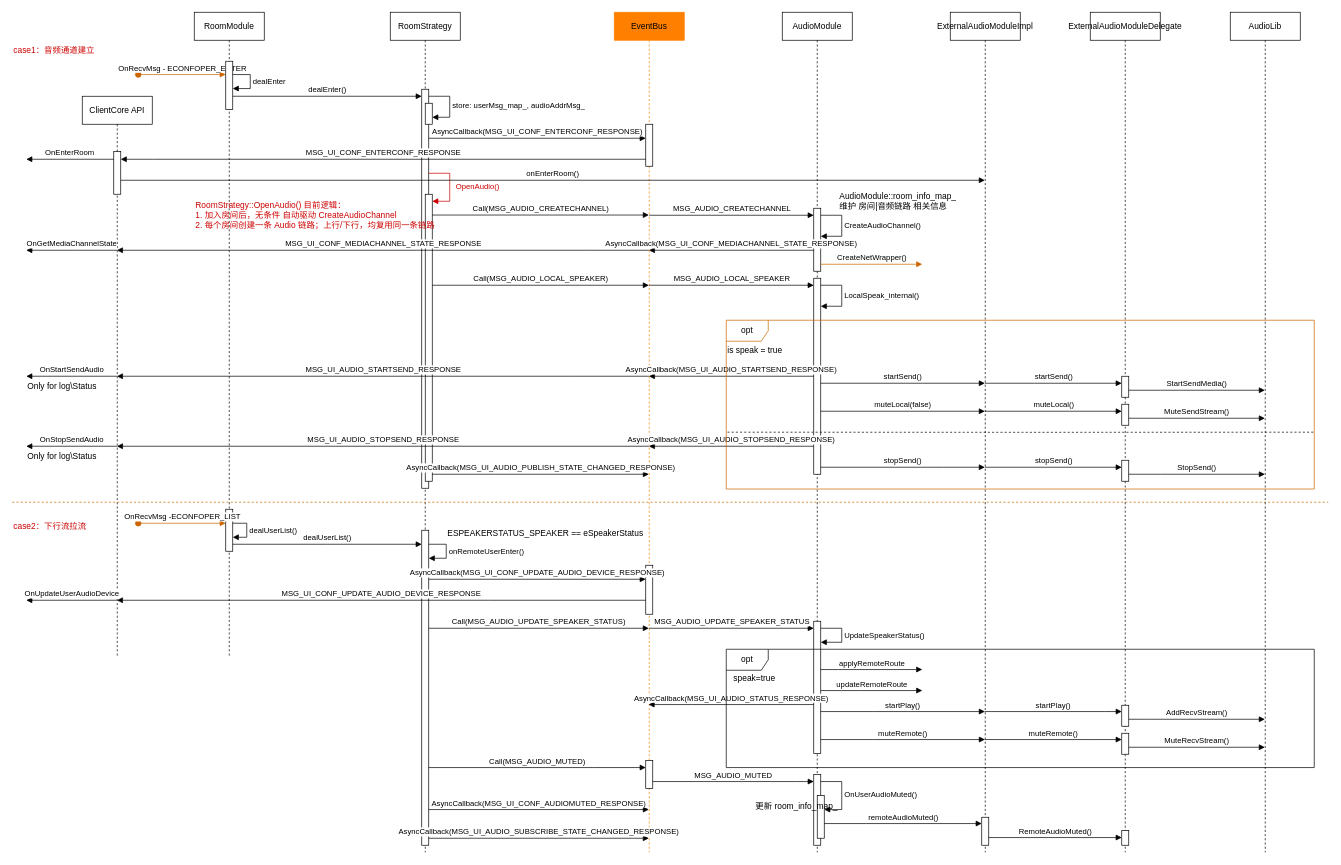
Before: audio-channel.drawio in cnnop007/arch-docs, a draw.io diagram. Source tidied: cells renumbered, new cells numbered last; positions are measured from the earlier drawing's top-left corner, leaving out a move shared by most shapes. Both pictures are drawn from the tidied source at 70%, with x=0, y=0 at pixel (12, 12).
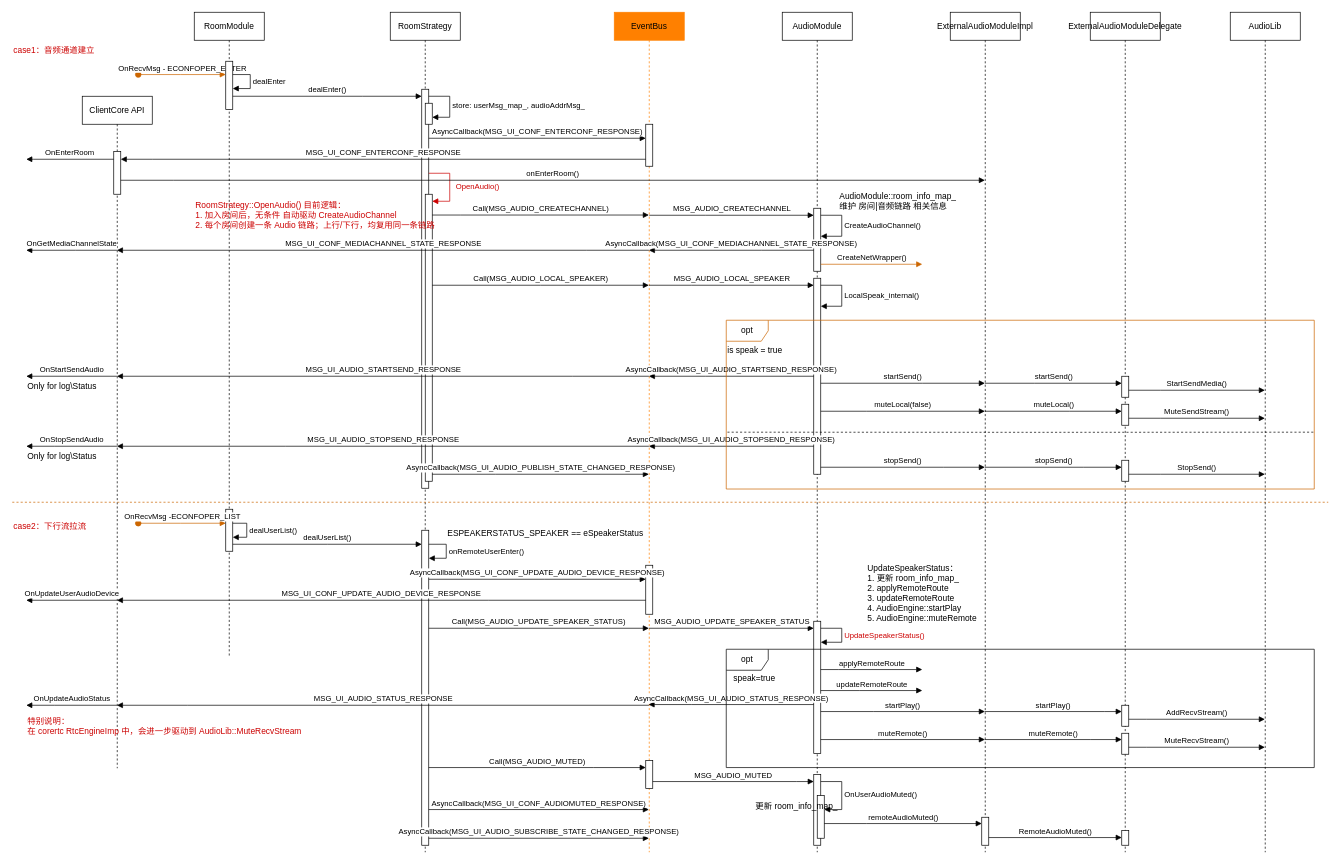
The same diagram, later.

The change refers to these unchanged cells:
```xml
<mxCell id="17" value="EventBus" style="shape=umlLifeline;perimeter=lifelinePerimeter;whiteSpace=wrap;html=1;outlineConnect=0;portConstraint=eastwest;newEdgeStyle={&quot;edgeStyle&quot;:&quot;elbowEdgeStyle&quot;,&quot;elbow&quot;:&quot;vertical&quot;,&quot;curved&quot;:0,&quot;rounded&quot;:0};strokeColor=#FF8000;fillColor=#FF8000;fontColor=#000000;" parent="1" vertex="1">
  <mxGeometry x="860" width="100" height="1200" as="geometry" />
</mxCell>
<mxCell id="30" value="AudioModule" style="shape=umlLifeline;perimeter=lifelinePerimeter;whiteSpace=wrap;html=1;newEdgeStyle={&quot;edgeStyle&quot;:&quot;elbowEdgeStyle&quot;,&quot;elbow&quot;:&quot;vertical&quot;,&quot;curved&quot;:0,&quot;rounded&quot;:0};" parent="1" vertex="1">
  <mxGeometry x="1100" width="100" height="1200" as="geometry" />
</mxCell>
<mxCell id="33" style="html=1;points=[];perimeter=orthogonalPerimeter;outlineConnect=0;targetShapes=umlLifeline;portConstraint=eastwest;newEdgeStyle={&quot;edgeStyle&quot;:&quot;elbowEdgeStyle&quot;,&quot;elbow&quot;:&quot;vertical&quot;,&quot;curved&quot;:0,&quot;rounded&quot;:0};" parent="30" vertex="1">
  <mxGeometry x="45" y="870" width="10" height="189" as="geometry" />
</mxCell>
```

Diff of the diagram source:
```diff
@@
     <mxCell id="24" value="ClientCore API" style="shape=umlLifeline;perimeter=lifelinePerimeter;whiteSpace=wrap;html=1;outlineConnect=0;portConstraint=eastwest;newEdgeStyle={&quot;edgeStyle&quot;:&quot;elbowEdgeStyle&quot;,&quot;elbow&quot;:&quot;vertical&quot;,&quot;curved&quot;:0,&quot;rounded&quot;:0};" parent="1" vertex="1">
-      <mxGeometry x="100" y="120" width="100" height="800" as="geometry" />
+      <mxGeometry x="100" y="120" width="100" height="960" as="geometry" />
     </mxCell>
@@
-    <mxCell id="34" value="UpdateSpeakerStatus()" style="html=1;align=left;spacingLeft=2;endArrow=block;rounded=0;edgeStyle=orthogonalEdgeStyle;curved=0;rounded=0;" parent="30" edge="1" source="33" target="33">
+    <mxCell id="34" value="UpdateSpeakerStatus()" style="html=1;align=left;spacingLeft=2;endArrow=block;rounded=0;edgeStyle=orthogonalEdgeStyle;curved=0;rounded=0;fontColor=#CC0000;" parent="30" edge="1" source="33" target="33">
       <mxGeometry relative="1" as="geometry">
         <Array as="points">
           <mxPoint x="85" y="880" />
           <mxPoint x="85" y="900" />
         </Array>
       </mxGeometry>
     </mxCell>
@@
+    <mxCell id="109" value="UpdateSpeakerStatus：&lt;br&gt;1. 更新&amp;nbsp;room_info_map_&lt;br&gt;2.&amp;nbsp;applyRemoteRoute&lt;br&gt;3.&amp;nbsp;updateRemoteRoute&lt;br&gt;4. AudioEngine::startPlay&lt;br&gt;5. AudioEngine::muteRemote" style="text;html=1;align=left;verticalAlign=middle;strokeColor=none;fillColor=none;" parent="1" vertex="1">
+      <mxGeometry x="1220" y="780" width="180" height="100" as="geometry" />
+    </mxCell>
+    <mxCell id="110" value="MSG_UI_AUDIO_STATUS_RESPONSE" style="html=1;verticalAlign=bottom;endArrow=block;edgeStyle=elbowEdgeStyle;elbow=vertical;curved=0;rounded=0;" parent="1" edge="1" source="17" target="24">
+      <mxGeometry relative="1" as="geometry">
+        <Array as="points">
+          <mxPoint x="250" y="990" />
+        </Array>
+      </mxGeometry>
+    </mxCell>
+    <mxCell id="111" value="OnUpdateAudioStatus" style="html=1;verticalAlign=bottom;endArrow=block;edgeStyle=elbowEdgeStyle;elbow=vertical;curved=0;rounded=0;" parent="1" edge="1" source="24">
+      <mxGeometry relative="1" as="geometry">
+        <mxPoint x="20" y="990" as="targetPoint" />
+      </mxGeometry>
+    </mxCell>
+    <mxCell id="112" value="特别说明：&lt;br&gt;在 corertc RtcEngineImp 中，会进一步驱动到 AudioLib::MuteRecvStream" style="text;html=1;align=left;verticalAlign=middle;strokeColor=none;fillColor=none;fontColor=#CC0000;" parent="1" vertex="1">
+      <mxGeometry x="20" y="1000" width="410" height="40" as="geometry" />
+    </mxCell>
```
